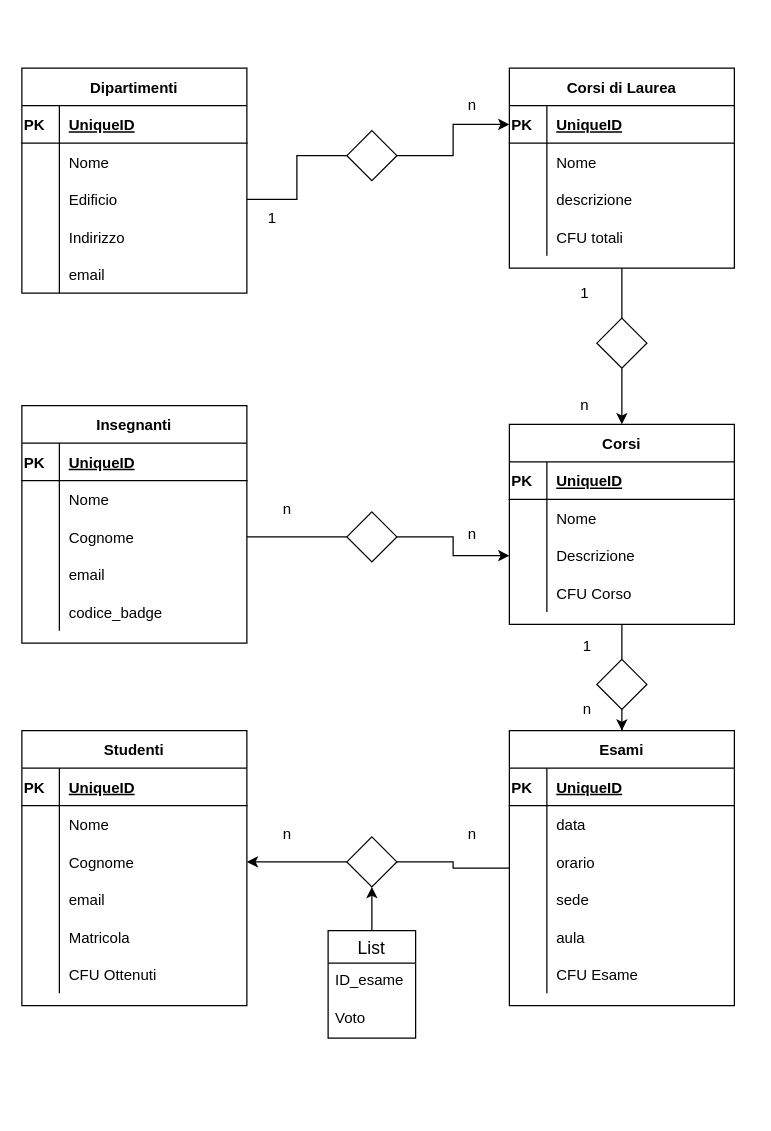
This is reference/Diagramma DB-University.drawio from ArisGoi/db-university, a draw.io file, before an edit. Source tidied: cells renumbered, new cells numbered last; positions are measured from the earlier drawing's top-left corner, leaving out a move shared by most shapes. Both pictures are drawn from the tidied source at 125%, with x=0, y=0 at pixel (21, 68).
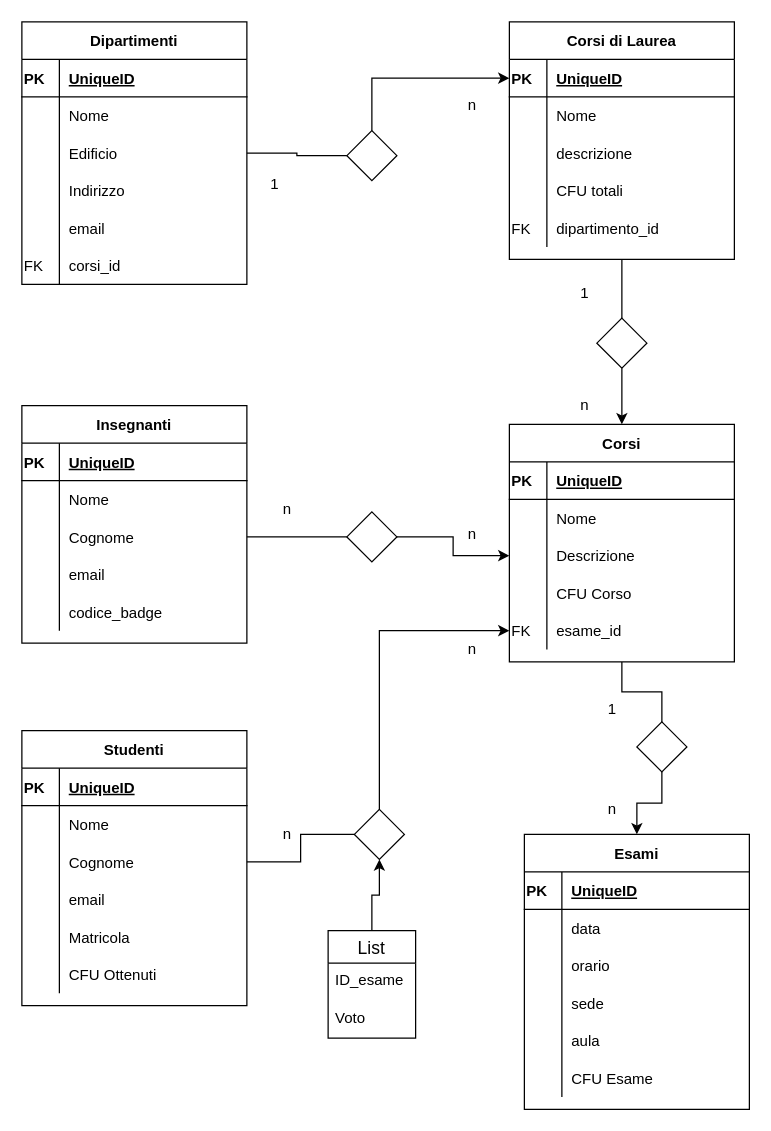
The same diagram, later.

The change refers to these unchanged cells:
```xml
<mxCell id="89" style="shape=partialRectangle;fillColor=none;top=0;left=0;bottom=0;right=0;points=[[0,0.5],[1,0.5]];portConstraint=eastwest;align=left;" parent="82" vertex="1">
  <mxGeometry y="90" width="180" height="30" as="geometry" />
</mxCell>
```

Diff of the diagram source:
```diff
@@
     <mxCell id="2" value="Dipartimenti" style="shape=table;startSize=30;childLayout=tableLayout;rowLines=0;fontStyle=1;align=center;" parent="1" vertex="1">
-      <mxGeometry width="180" height="180" as="geometry" />
+      <mxGeometry y="-37" width="180" height="210" as="geometry" />
     </mxCell>
@@
+    <mxCell id="127" style="shape=partialRectangle;fillColor=none;top=0;left=0;bottom=0;right=0;align=left;" parent="2" vertex="1">
+      <mxGeometry y="180" width="180" height="30" as="geometry" />
+    </mxCell>
+    <mxCell id="128" value="FK" style="shape=partialRectangle;fillColor=none;top=0;left=0;bottom=0;right=0;overflow=hidden;align=left;" parent="127" vertex="1">
+      <mxGeometry width="30" height="30" as="geometry" />
+    </mxCell>
+    <mxCell id="129" value="corsi_id" style="shape=partialRectangle;fillColor=none;top=0;left=0;bottom=0;right=0;align=left;spacingLeft=6;overflow=hidden;" parent="127" vertex="1">
+      <mxGeometry x="30" width="150" height="30" as="geometry" />
+    </mxCell>
@@
     <mxCell id="19" value="Corsi di Laurea" style="shape=table;startSize=30;childLayout=tableLayout;rowLines=0;fontStyle=1;align=center;" parent="1" vertex="1">
-      <mxGeometry x="390" width="180" height="160" as="geometry" />
+      <mxGeometry x="390" y="-37" width="180" height="190" as="geometry" />
     </mxCell>
@@
+    <mxCell id="130" style="shape=partialRectangle;fillColor=none;top=0;left=0;bottom=0;right=0;align=left;" parent="19" vertex="1">
+      <mxGeometry y="150" width="180" height="30" as="geometry" />
+    </mxCell>
+    <mxCell id="131" value="FK" style="shape=partialRectangle;fillColor=none;top=0;left=0;bottom=0;right=0;overflow=hidden;align=left;" parent="130" vertex="1">
+      <mxGeometry width="30" height="30" as="geometry" />
+    </mxCell>
+    <mxCell id="132" value="dipartimento_id" style="shape=partialRectangle;fillColor=none;top=0;left=0;bottom=0;right=0;align=left;spacingLeft=6;overflow=hidden;" parent="130" vertex="1">
+      <mxGeometry x="30" width="150" height="30" as="geometry" />
+    </mxCell>
@@
     <mxCell id="33" value="Corsi" style="shape=table;startSize=30;childLayout=tableLayout;rowLines=0;fontStyle=1;align=center;" parent="1" vertex="1">
-      <mxGeometry x="390" y="285" width="180" height="160" as="geometry" />
+      <mxGeometry x="390" y="285" width="180" height="190" as="geometry" />
     </mxCell>
@@
+    <mxCell id="133" style="shape=partialRectangle;fillColor=none;top=0;left=0;bottom=0;right=0;points=[[0,0.5],[1,0.5]];portConstraint=eastwest;align=left;" parent="33" vertex="1">
+      <mxGeometry y="150" width="180" height="30" as="geometry" />
+    </mxCell>
+    <mxCell id="134" value="FK" style="shape=partialRectangle;fillColor=none;top=0;left=0;bottom=0;right=0;overflow=hidden;align=left;" parent="133" vertex="1">
+      <mxGeometry width="30" height="30" as="geometry" />
+    </mxCell>
+    <mxCell id="135" value="esame_id" style="shape=partialRectangle;fillColor=none;top=0;left=0;bottom=0;right=0;align=left;spacingLeft=6;overflow=hidden;" parent="133" vertex="1">
+      <mxGeometry x="30" width="150" height="30" as="geometry" />
+    </mxCell>
@@
-    <mxCell id="62" style="edgeStyle=orthogonalEdgeStyle;rounded=0;jettySize=auto;html=1;entryX=1;entryY=0.5;entryDx=0;entryDy=0;startArrow=none;" parent="1" edge="1" source="115" target="89">
-      <mxGeometry relative="1" as="geometry" />
-    </mxCell>
     <mxCell id="63" value="Esami" style="shape=table;startSize=30;childLayout=tableLayout;rowLines=0;fontStyle=1;align=center;" parent="1" vertex="1">
-      <mxGeometry x="390" y="530" width="180" height="220" as="geometry" />
+      <mxGeometry x="402" y="613" width="180" height="220" as="geometry" />
     </mxCell>
@@
     <mxCell id="106" value="1" style="text;html=1;align=center;verticalAlign=middle;strokeColor=none;fillColor=none;" parent="1" vertex="1">
-      <mxGeometry x="190" y="110" width="20" height="20" as="geometry" />
+      <mxGeometry x="192" y="83" width="20" height="20" as="geometry" />
     </mxCell>
@@
     <mxCell id="113" style="rhombus;whiteSpace=wrap;html=1;align=left;" parent="1" vertex="1">
-      <mxGeometry x="460" y="473" width="40" height="40" as="geometry" />
+      <mxGeometry x="492" y="523" width="40" height="40" as="geometry" />
     </mxCell>
@@
-    <mxCell id="115" style="rhombus;whiteSpace=wrap;html=1;align=left;" parent="1" vertex="1">
-      <mxGeometry x="260" y="615" width="40" height="40" as="geometry" />
-    </mxCell>
-    <mxCell id="116" style="edgeStyle=orthogonalEdgeStyle;rounded=0;jettySize=auto;html=1;entryX=1;entryY=0.5;entryDx=0;entryDy=0;endArrow=none;" parent="1" edge="1" source="63" target="115">
-      <mxGeometry relative="1" as="geometry" />
-    </mxCell>
@@
     <mxCell id="124" value="n" style="text;html=1;align=center;verticalAlign=middle;strokeColor=none;fillColor=none;" parent="1" vertex="1">
-      <mxGeometry x="350" y="603" width="20" height="20" as="geometry" />
+      <mxGeometry x="350" y="455" width="20" height="20" as="geometry" />
     </mxCell>
     <mxCell id="125" value="n" style="text;html=1;align=center;verticalAlign=middle;strokeColor=none;fillColor=none;" parent="1" vertex="1">
-      <mxGeometry x="442" y="503" width="20" height="20" as="geometry" />
+      <mxGeometry x="462" y="583" width="20" height="20" as="geometry" />
     </mxCell>
     <mxCell id="126" value="1" style="text;html=1;align=center;verticalAlign=middle;strokeColor=none;fillColor=none;" parent="1" vertex="1">
-      <mxGeometry x="442" y="453" width="20" height="20" as="geometry" />
+      <mxGeometry x="462" y="503" width="20" height="20" as="geometry" />
     </mxCell>
+    <mxCell id="136" style="edgeStyle=orthogonalEdgeStyle;rounded=0;jettySize=auto;html=1;startArrow=none;" parent="1" edge="1" source="115" target="133">
+      <mxGeometry relative="1" as="geometry" />
+    </mxCell>
+    <mxCell id="115" style="rhombus;whiteSpace=wrap;html=1;align=left;" parent="1" vertex="1">
+      <mxGeometry x="266" y="593" width="40" height="40" as="geometry" />
+    </mxCell>
+    <mxCell id="137" style="edgeStyle=orthogonalEdgeStyle;rounded=0;jettySize=auto;html=1;endArrow=none;" parent="1" edge="1" source="89" target="115">
+      <mxGeometry relative="1" as="geometry" />
+    </mxCell>
```
